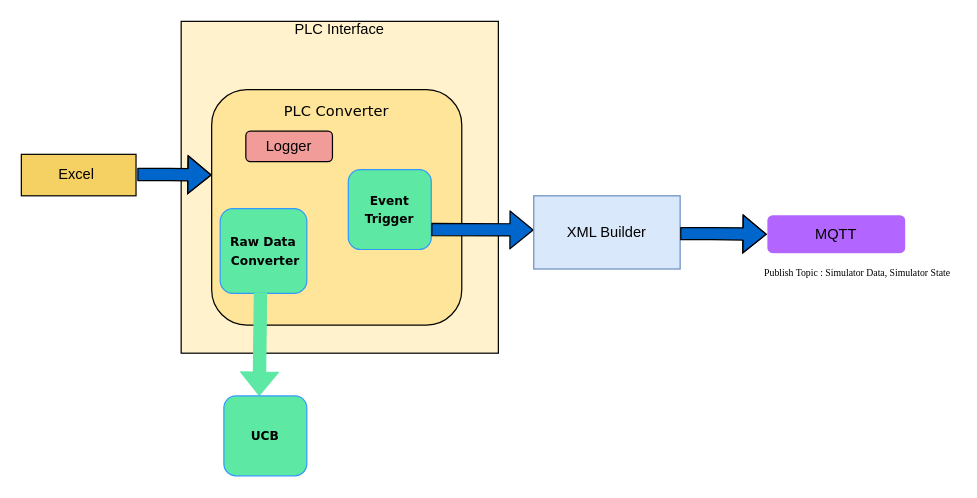
Before: PLC Structural Diagram.drawio in srawat19/Steris-Project, a draw.io diagram. Source tidied: cells renumbered, new cells numbered last; positions are measured from the earlier drawing's top-left corner, leaving out a move shared by most shapes. Both pictures are drawn from the tidied source at 122%, with x=0, y=0 at pixel (21, 21).
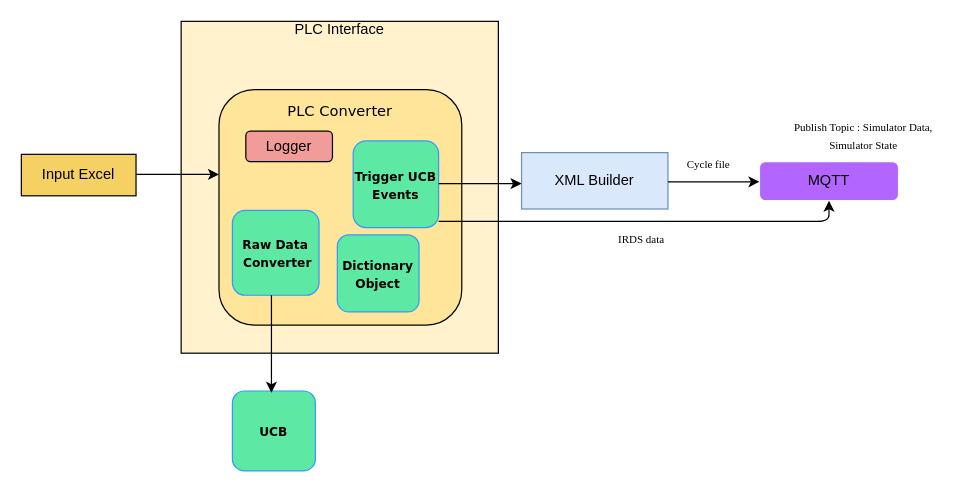
After the change.

Change to the diagram source:
```diff
@@
     <mxCell id="3" value="MQTT" style="rounded=1;whiteSpace=wrap;html=1;fillColor=#B266FF;strokeColor=#FFFFFF;" parent="1" vertex="1">
-      <mxGeometry x="611" y="158.5" width="114" height="32" as="geometry" />
+      <mxGeometry x="605" y="115" width="114" height="32" as="geometry" />
     </mxCell>
     <mxCell id="4" value="&lt;font face=&quot;Verdana&quot;&gt;PLC Converter&lt;br&gt;&lt;br&gt;&lt;br&gt;&lt;br&gt;&lt;br&gt;&lt;br&gt;&lt;br&gt;&lt;br&gt;&lt;br&gt;&lt;br&gt;&lt;br&gt;&lt;br&gt;&lt;/font&gt;" style="rounded=1;whiteSpace=wrap;html=1;fillColor=#FFE599;" parent="1" vertex="1">
-      <mxGeometry x="156" y="56" width="205" height="193" as="geometry" />
+      <mxGeometry x="162" y="56" width="199" height="193" as="geometry" />
     </mxCell>
@@
-    <mxCell id="6" value="&lt;b&gt;&lt;font face=&quot;Verdana&quot; style=&quot;font-size: 10px&quot;&gt;Event Trigger&lt;/font&gt;&lt;/b&gt;" style="rounded=1;whiteSpace=wrap;html=1;fillColor=#5DE8A3;strokeColor=#3399FF;" parent="1" vertex="1">
-      <mxGeometry x="268" y="121.5" width="68" height="65.5" as="geometry" />
+    <mxCell id="6" value="&lt;b&gt;&lt;font face=&quot;Verdana&quot; style=&quot;font-size: 10px&quot;&gt;Trigger UCB Events&lt;/font&gt;&lt;/b&gt;" style="rounded=1;whiteSpace=wrap;html=1;fillColor=#5DE8A3;strokeColor=#3399FF;" parent="1" vertex="1">
+      <mxGeometry x="272" y="98" width="70" height="71" as="geometry" />
     </mxCell>
-    <mxCell id="7" style="shape=flexArrow;endArrow=classic;html=1;fillColor=#0066CC;" parent="1" edge="1">
-      <mxGeometry relative="1" as="geometry">
-        <mxPoint x="95" y="125.5" as="sourcePoint" />
-        <mxPoint x="156" y="126" as="targetPoint" />
-        <Array as="points">
-          <mxPoint x="121" y="125.5" />
-        </Array>
-      </mxGeometry>
-    </mxCell>
-    <mxCell id="8" style="shape=flexArrow;endArrow=classic;html=1;fillColor=#0066CC;exitX=1;exitY=0.75;exitDx=0;exitDy=0;" parent="1" edge="1" source="6">
-      <mxGeometry relative="1" as="geometry">
-        <mxPoint x="420" y="171" as="targetPoint" />
-      </mxGeometry>
-    </mxCell>
-    <mxCell id="9" value="&lt;font style=&quot;font-size: 8px&quot; face=&quot;Times New Roman&quot;&gt;Publish Topic : Simulator Data, Simulator State&lt;/font&gt;" style="text;html=1;align=center;verticalAlign=middle;" parent="1" vertex="1">
-      <mxGeometry x="603" y="195" width="163" height="19" as="geometry" />
+    <mxCell id="9" value="&lt;font style=&quot;font-size: 9px&quot; face=&quot;Times New Roman&quot;&gt;Publish Topic : Simulator Data, &lt;br&gt;Simulator State&lt;/font&gt;" style="text;html=1;align=center;verticalAlign=middle;" parent="1" vertex="1">
+      <mxGeometry x="628" y="76" width="123" height="34" as="geometry" />
     </mxCell>
-    <mxCell id="10" value="Excel&amp;nbsp;" style="rounded=0;whiteSpace=wrap;html=1;fillColor=#F5D062;" parent="1" vertex="1">
+    <mxCell id="10" value="Input Excel" style="rounded=0;whiteSpace=wrap;html=1;fillColor=#F5D062;" parent="1" vertex="1">
       <mxGeometry y="109" width="94" height="34" as="geometry" />
     </mxCell>
     <mxCell id="11" value="&lt;b&gt;&lt;font style=&quot;font-size: 10px&quot; face=&quot;Verdana&quot;&gt;Raw Data&lt;br&gt;&amp;nbsp;Converter&lt;/font&gt;&lt;/b&gt;" style="rounded=1;whiteSpace=wrap;html=1;fillColor=#5DE8A3;strokeColor=#3399FF;" parent="1" vertex="1">
-      <mxGeometry x="163" y="153.5" width="71" height="69.5" as="geometry" />
+      <mxGeometry x="173" y="155" width="71" height="69.5" as="geometry" />
     </mxCell>
-    <mxCell id="12" style="shape=flexArrow;endArrow=classic;html=1;strokeColor=#5DE8A3;fillColor=#5DE8A3;" parent="1" edge="1">
-      <mxGeometry relative="1" as="geometry">
-        <mxPoint x="196" y="222.5" as="sourcePoint" />
-        <mxPoint x="195" y="307" as="targetPoint" />
-      </mxGeometry>
-    </mxCell>
     <mxCell id="13" value="&lt;b&gt;&lt;font face=&quot;Verdana&quot; style=&quot;font-size: 10px&quot;&gt;UCB&lt;/font&gt;&lt;/b&gt;" style="rounded=1;whiteSpace=wrap;html=1;fillColor=#5DE8A3;strokeColor=#3399FF;" parent="1" vertex="1">
-      <mxGeometry x="166" y="307" width="68" height="65.5" as="geometry" />
+      <mxGeometry x="173" y="303" width="68" height="65.5" as="geometry" />
     </mxCell>
     <mxCell id="14" value="XML Builder" style="rounded=0;whiteSpace=wrap;html=1;fillColor=#dae8fc;strokeColor=#6c8ebf;" parent="1" vertex="1">
-      <mxGeometry x="420" y="143" width="120" height="60" as="geometry" />
+      <mxGeometry x="410" y="107.6" width="120" height="46.2" as="geometry" />
     </mxCell>
-    <mxCell id="15" style="shape=flexArrow;endArrow=classic;html=1;fillColor=#0066CC;entryX=0;entryY=0.5;entryDx=0;entryDy=0;" parent="1" edge="1" target="3">
-      <mxGeometry relative="1" as="geometry">
-        <mxPoint x="540" y="174" as="sourcePoint" />
-        <Array as="points">
-          <mxPoint x="566" y="174" />
-        </Array>
-      </mxGeometry>
-    </mxCell>
+    <mxCell id="16" value="&lt;font face=&quot;Verdana&quot;&gt;&lt;span style=&quot;font-size: 10px&quot;&gt;&lt;b&gt;Dictionary Object&lt;/b&gt;&lt;/span&gt;&lt;/font&gt;" style="rounded=1;whiteSpace=wrap;html=1;fillColor=#5DE8A3;strokeColor=#3399FF;" parent="1" vertex="1">
+      <mxGeometry x="259" y="175" width="67" height="63.2" as="geometry" />
+    </mxCell>
+    <mxCell id="17" style="endArrow=classic;html=1;strokeColor=#000000;fillColor=#5DE8A3;" parent="1" edge="1">
+      <mxGeometry relative="1" as="geometry">
+        <mxPoint x="205" y="224.5" as="sourcePoint" />
+        <mxPoint x="205" y="304.5" as="targetPoint" />
+      </mxGeometry>
+    </mxCell>
+    <mxCell id="18" style="endArrow=classic;html=1;strokeColor=#000000;fillColor=#5DE8A3;" parent="1" edge="1">
+      <mxGeometry relative="1" as="geometry">
+        <mxPoint x="94" y="125.5" as="sourcePoint" />
+        <mxPoint x="162" y="125.5" as="targetPoint" />
+      </mxGeometry>
+    </mxCell>
+    <mxCell id="19" style="endArrow=classic;html=1;strokeColor=#000000;fillColor=#5DE8A3;" parent="1" edge="1">
+      <mxGeometry relative="1" as="geometry">
+        <mxPoint x="342" y="133" as="sourcePoint" />
+        <mxPoint x="410" y="133" as="targetPoint" />
+      </mxGeometry>
+    </mxCell>
+    <mxCell id="20" style="endArrow=classic;html=1;strokeColor=#000000;fillColor=#5DE8A3;entryX=0;entryY=0.516;entryDx=0;entryDy=0;entryPerimeter=0;" parent="1" edge="1" target="3">
+      <mxGeometry relative="1" as="geometry">
+        <mxPoint x="530" y="131.5" as="sourcePoint" />
+      </mxGeometry>
+    </mxCell>
+    <mxCell id="21" style="endArrow=classic;html=1;strokeColor=#000000;fillColor=#5DE8A3;entryX=0.5;entryY=1;entryDx=0;entryDy=0;" parent="1" edge="1" target="3">
+      <mxGeometry relative="1" as="geometry">
+        <mxPoint x="342" y="164" as="sourcePoint" />
+        <Array as="points">
+          <mxPoint x="373" y="164" />
+          <mxPoint x="662" y="164" />
+        </Array>
+      </mxGeometry>
+    </mxCell>
+    <mxCell id="22" value="&lt;font style=&quot;font-size: 9px&quot; face=&quot;Times New Roman&quot;&gt;IRDS data&lt;/font&gt;" style="text;html=1;align=center;verticalAlign=middle;" parent="1" vertex="1">
+      <mxGeometry x="484" y="168" width="48" height="19" as="geometry" />
+    </mxCell>
+    <mxCell id="23" value="&lt;font style=&quot;font-size: 9px&quot; face=&quot;Times New Roman&quot;&gt;Cycle file&lt;/font&gt;" style="text;html=1;align=center;verticalAlign=middle;" parent="1" vertex="1">
+      <mxGeometry x="540" y="107.6" width="45" height="19" as="geometry" />
+    </mxCell>
```
